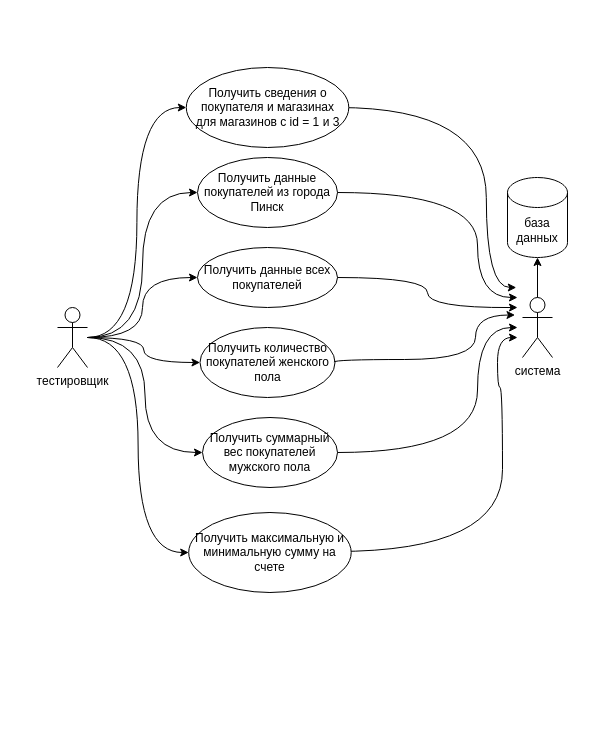
redfox193/tpmp-lab4-task5 keeps this draw.io diagram as Диаграмма без названия.drawio. Above is the earlier version. Source tidied: cells renumbered, new cells numbered last; positions are measured from the earlier drawing's top-left corner, leaving out a move shared by most shapes. Both pictures are drawn from the tidied source at 100%, with x=0, y=0 at pixel (57, 67).
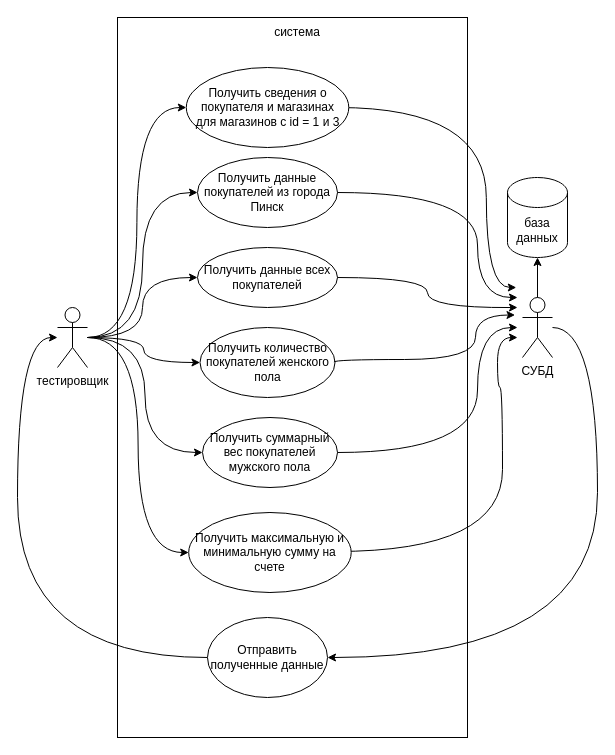
The same page after the edit.

Unchanged cells that the change refers to:
```xml
<mxCell id="8" value="тестировщик" style="shape=umlActor;verticalLabelPosition=bottom;verticalAlign=top;html=1;" parent="1" vertex="1">
  <mxGeometry y="240" width="30" height="60" as="geometry" />
</mxCell>
```

Change to the diagram source:
```diff
@@
+    <mxCell id="24" style="edgeStyle=orthogonalEdgeStyle;rounded=0;jettySize=auto;html=1;entryX=1;entryY=0.5;entryDx=0;entryDy=0;curved=1;" parent="1" edge="1" source="10" target="26">
+      <mxGeometry relative="1" as="geometry">
+        <Array as="points">
+          <mxPoint x="540" y="260" />
+          <mxPoint x="540" y="590" />
+        </Array>
+      </mxGeometry>
+    </mxCell>
-    <mxCell id="10" value="система" style="shape=umlActor;verticalLabelPosition=bottom;verticalAlign=top;html=1;outlineConnect=0;" parent="1" vertex="1">
+    <mxCell id="10" value="СУБД" style="shape=umlActor;verticalLabelPosition=bottom;verticalAlign=top;html=1;outlineConnect=0;" parent="1" vertex="1">
       <mxGeometry x="465" y="230" width="30" height="60" as="geometry" />
     </mxCell>
@@
+    <mxCell id="25" style="edgeStyle=orthogonalEdgeStyle;rounded=0;jettySize=auto;html=1;curved=1;" parent="1" edge="1" source="26" target="8">
+      <mxGeometry relative="1" as="geometry">
+        <Array as="points">
+          <mxPoint x="-40" y="590" />
+          <mxPoint x="-40" y="270" />
+        </Array>
+      </mxGeometry>
+    </mxCell>
+    <mxCell id="26" value="Отправить полученные данные" style="ellipse;whiteSpace=wrap;html=1;" parent="1" vertex="1">
+      <mxGeometry x="150" y="550" width="120" height="80" as="geometry" />
+    </mxCell>
+    <mxCell id="27" style="rounded=0;whiteSpace=wrap;html=1;fillColor=none;" parent="1" vertex="1">
+      <mxGeometry x="60" y="-50" width="350" height="720" as="geometry" />
+    </mxCell>
+    <mxCell id="28" value="система" style="text;html=1;align=center;verticalAlign=middle;whiteSpace=wrap;rounded=0;" parent="1" vertex="1">
+      <mxGeometry x="210" y="-50" width="60" height="30" as="geometry" />
+    </mxCell>
```
